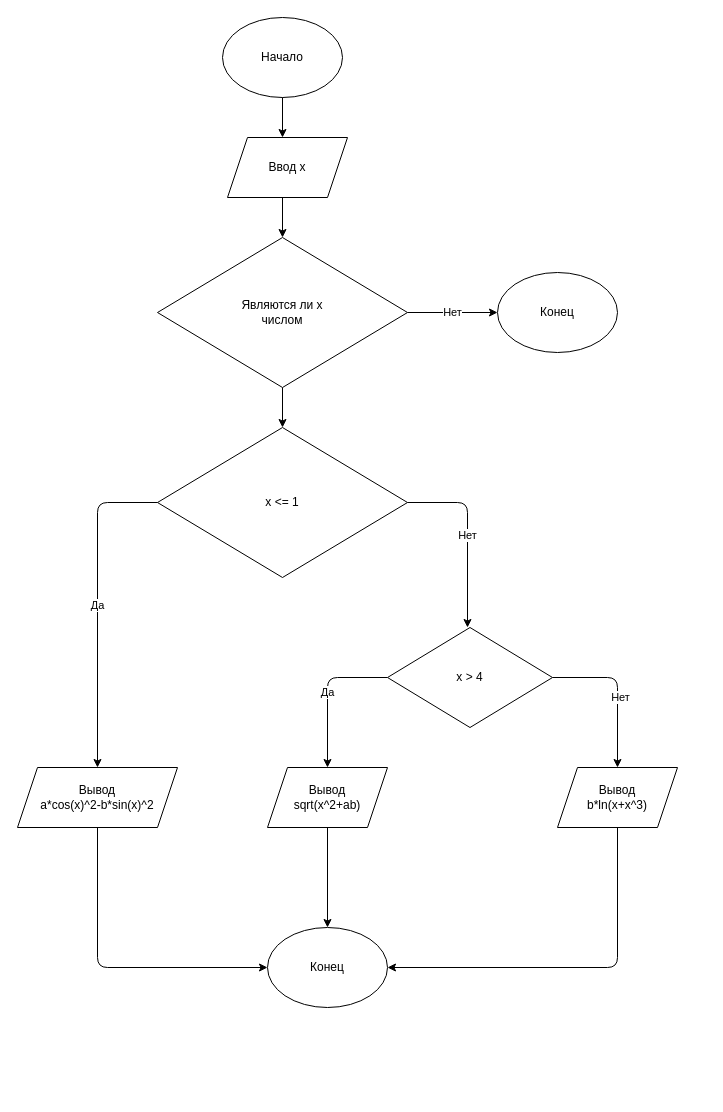
The draw.io diagram LR3/task_3.drawio in k0rshik/korshikov_pie_33_0, before the edit. Source tidied: cells renumbered, new cells numbered last; positions are measured from the earlier drawing's top-left corner, leaving out a move shared by most shapes. Both pictures are drawn from the tidied source at 100%, with x=0, y=0 at pixel (17, 17).
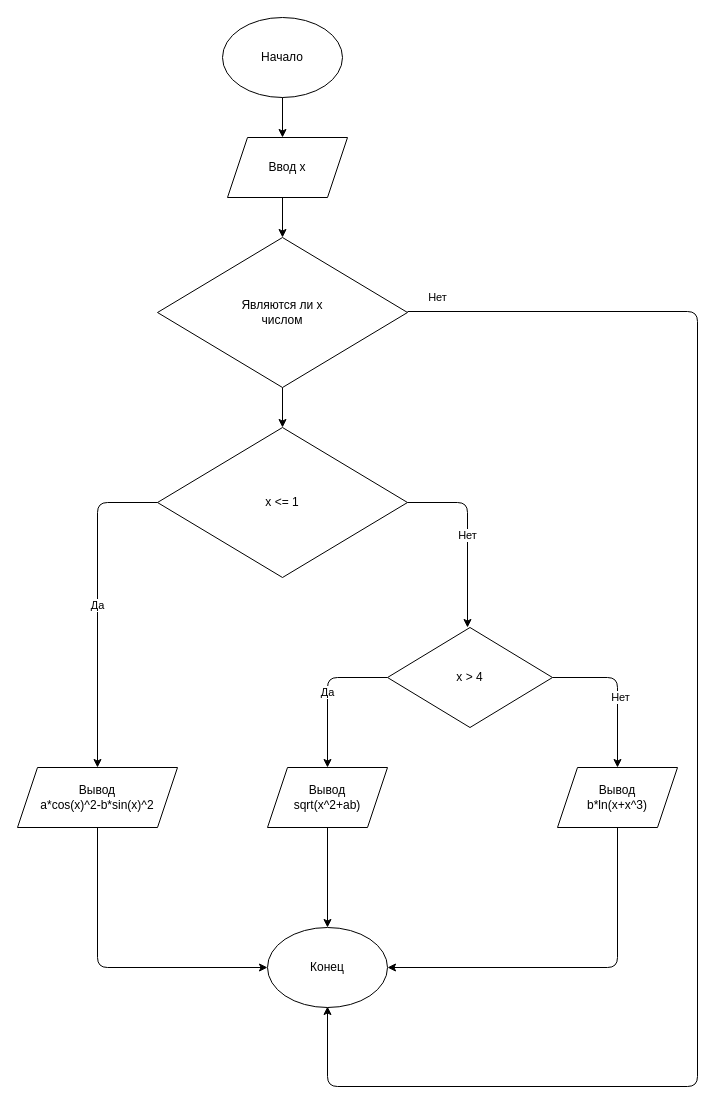
The same diagram, later.

Unchanged cells that the change refers to:
```xml
<mxCell id="6" value="Являются ли x&lt;br&gt;числом" style="rhombus;whiteSpace=wrap;html=1;" parent="1" vertex="1">
  <mxGeometry x="140" y="220" width="250" height="150" as="geometry" />
</mxCell>
```

What changed in the source:
```diff
@@
-    <mxCell id="4" value="Нет" style="edgeStyle=none;html=1;entryX=0;entryY=0.5;entryDx=0;entryDy=0;" parent="1" edge="1" source="6" target="8">
-      <mxGeometry relative="1" as="geometry" />
+    <mxCell id="4" value="Нет" style="edgeStyle=none;html=1;entryX=0.5;entryY=1;entryDx=0;entryDy=0;" parent="1" edge="1">
+      <mxGeometry x="-0.96" y="14" relative="1" as="geometry">
+        <mxPoint x="390" y="294" as="sourcePoint" />
+        <mxPoint x="310" y="989" as="targetPoint" />
+        <Array as="points">
+          <mxPoint x="680" y="294" />
+          <mxPoint x="680" y="1069" />
+          <mxPoint x="310" y="1069" />
+        </Array>
+      </mxGeometry>
     </mxCell>
@@
-    <mxCell id="8" value="Конец" style="ellipse;whiteSpace=wrap;html=1;" parent="1" vertex="1">
-      <mxGeometry x="480" y="255" width="120" height="80" as="geometry" />
-    </mxCell>
```
